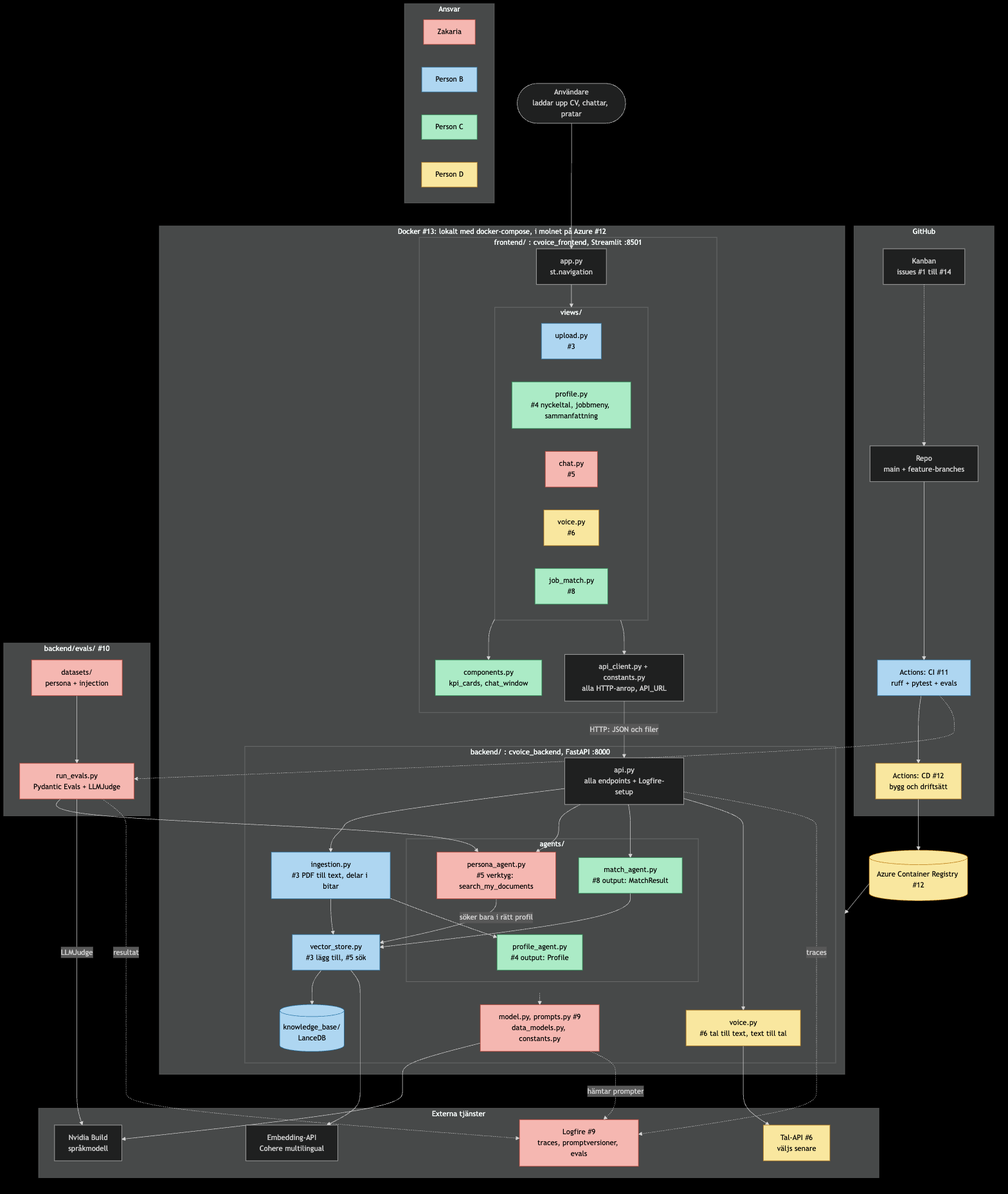
This is docs/architecture/architecture.png from Zm-ah/Cvoice_Ai_ops_lab_group6, a Mermaid export, as it was before one commit. Its source is kept beside it as docs/architecture/architecture.mmd. The source it was exported from:
```mermaid
flowchart TB
    user(["Användare<br/>laddar upp CV, chattar, pratar"])

    subgraph gh["GitHub"]
        direction LR
        kanban["Kanban<br/>issues #1 till #14"]
        repo["Repo<br/>main + feature-branches"]
        ci["Actions: CI #11<br/>ruff + pytest + evals"]
        cd["Actions: CD #12<br/>bygg och driftsätt"]
        kanban -.-> repo
        repo --> ci --> cd
    end

    acr[("Azure Container Registry #12")]

    subgraph runtime["Docker #13: lokalt med docker-compose, i molnet på Azure #12"]
        subgraph fe["frontend/ : cvoice_frontend, Streamlit :8501"]
            direction TB
            app["app.py<br/>st.navigation"]
            subgraph views["views/"]
                v_upload["upload.py<br/>#3"]
                v_profile["profile.py<br/>#4 nyckeltal, jobbmeny, sammanfattning"]
                v_chat["chat.py<br/>#5"]
                v_voice["voice.py<br/>#6"]
                v_match["job_match.py<br/>#8"]
            end
            comps["components.py<br/>kpi_cards, chat_window"]
            client["api_client.py + constants.py<br/>alla HTTP-anrop, API_URL"]
            app --> views
            views --> comps
            views --> client
        end

        subgraph be["backend/ : cvoice_backend, FastAPI :8000"]
            direction TB
            api["api.py<br/>alla endpoints + Logfire-setup"]
            ingest["ingestion.py<br/>#3 PDF till text, delar i bitar"]
            subgraph agents["agents/"]
                a_prof["profile_agent.py<br/>#4 output: Profile"]
                a_pers["persona_agent.py<br/>#5 verktyg: search_my_documents"]
                a_match["match_agent.py<br/>#8 output: MatchResult"]
            end
            voicef["voice.py<br/>#6 tal till text, text till tal"]
            vstore["vector_store.py<br/>#3 lägg till, #5 sök"]
            shared["model.py, prompts.py #9<br/>data_models.py, constants.py"]
            lancedb[("knowledge_base/<br/>LanceDB")]

            api --> ingest
            ingest --> a_prof
            ingest --> vstore
            api --> a_pers
            a_pers -->|"söker bara i rätt profil"| vstore
            api --> a_match
            a_match --> vstore
            api --> voicef
            vstore --> lancedb
            agents -.-> shared
        end
    end

    subgraph evalsbox["backend/evals/ #10"]
        datasets["datasets/<br/>persona + injection"]
        run_evals["run_evals.py<br/>Pydantic Evals + LLMJudge"]
        datasets --> run_evals
    end

    subgraph ext["Externa tjänster"]
        nvidia["Nvidia Build<br/>språkmodell"]
        embapi["Embedding-API<br/>Cohere multilingual"]
        speech["Tal-API #6<br/>väljs senare"]
        logfire["Logfire #9<br/>traces, promptversioner, evals"]
    end

    subgraph legend["Ansvar"]
        direction LR
        L1["Zakaria"]
        L2["Person B"]
        L3["Person C"]
        L4["Person D"]
    end

    user --> app
    client -->|"HTTP: JSON och filer"| api
    shared --> nvidia
    vstore --> embapi
    voicef --> speech
    api -.->|"traces"| logfire
    shared -.->|"hämtar prompter"| logfire
    run_evals --> a_pers
    run_evals -->|"LLMJudge"| nvidia
    run_evals -.->|"resultat"| logfire
    ci -.-> run_evals
    cd --> acr
    acr --> runtime

    classDef zak fill:#f5b7b1,stroke:#c0392b,color:#000
    classDef pb fill:#aed6f1,stroke:#2471a3,color:#000
    classDef pc fill:#abebc6,stroke:#1e8449,color:#000
    classDef pd fill:#f9e79f,stroke:#b9770e,color:#000

    class L1,a_pers,v_chat,shared,logfire,run_evals,datasets zak
    class L2,v_upload,ingest,vstore,lancedb,ci pb
    class L3,a_prof,v_profile,comps,a_match,v_match pc
    class L4,voicef,v_voice,speech,cd,acr pd
```
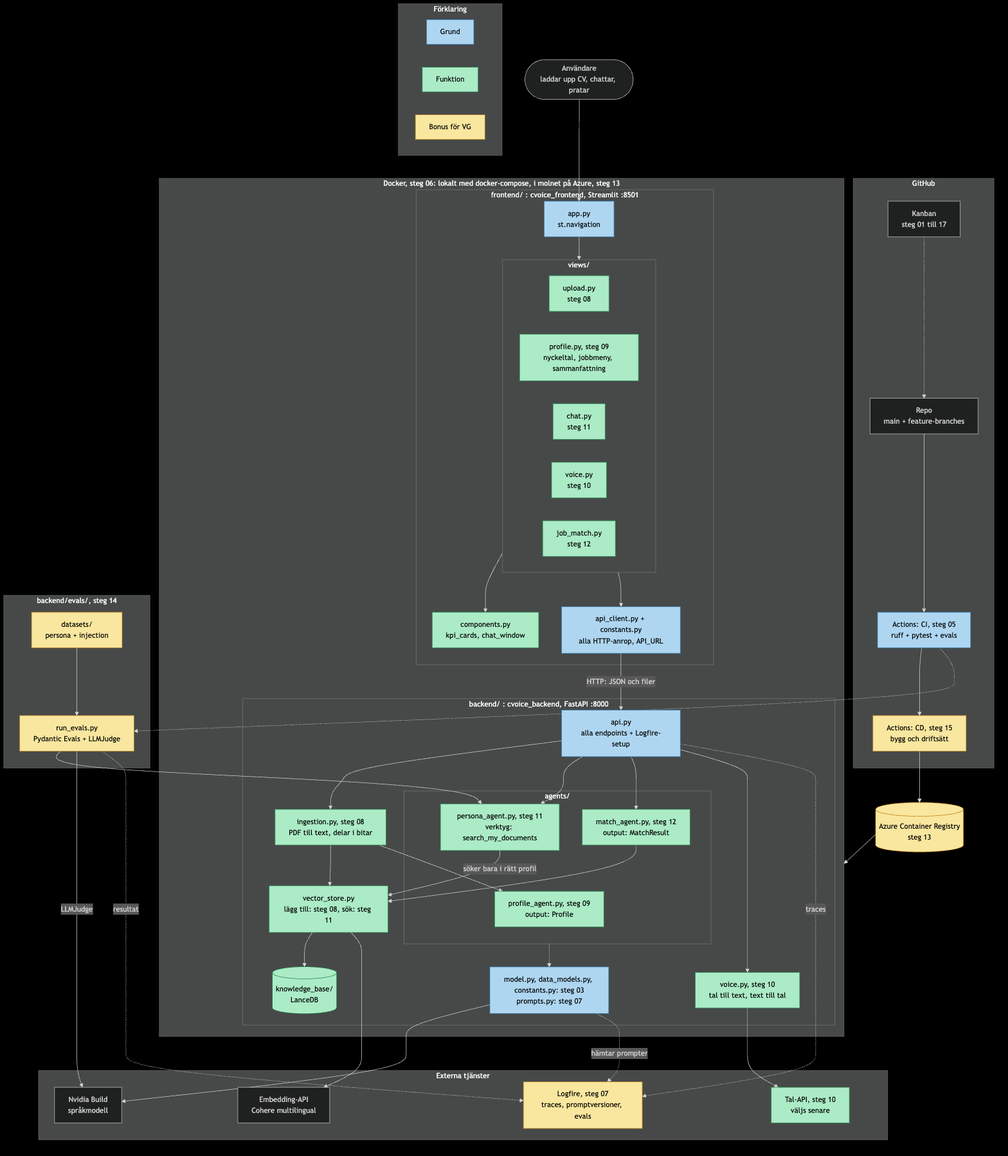
After the change.

Commit message:
Update architecture diagram to match kanban steps

What changed in the source:
```diff
@@ -3,26 +3,26 @@
 
     subgraph gh["GitHub"]
         direction LR
-        kanban["Kanban<br/>issues #1 till #14"]
+        kanban["Kanban<br/>steg 01 till 17"]
         repo["Repo<br/>main + feature-branches"]
-        ci["Actions: CI #11<br/>ruff + pytest + evals"]
-        cd["Actions: CD #12<br/>bygg och driftsätt"]
+        ci["Actions: CI, steg 05<br/>ruff + pytest + evals"]
+        cd["Actions: CD, steg 15<br/>bygg och driftsätt"]
         kanban -.-> repo
         repo --> ci --> cd
     end
 
-    acr[("Azure Container Registry #12")]
+    acr[("Azure Container Registry<br/>steg 13")]
 
-    subgraph runtime["Docker #13: lokalt med docker-compose, i molnet på Azure #12"]
+    subgraph runtime["Docker, steg 06: lokalt med docker-compose, i molnet på Azure, steg 13"]
         subgraph fe["frontend/ : cvoice_frontend, Streamlit :8501"]
             direction TB
             app["app.py<br/>st.navigation"]
             subgraph views["views/"]
-                v_upload["upload.py<br/>#3"]
-                v_profile["profile.py<br/>#4 nyckeltal, jobbmeny, sammanfattning"]
-                v_chat["chat.py<br/>#5"]
-                v_voice["voice.py<br/>#6"]
-                v_match["job_match.py<br/>#8"]
+                v_upload["upload.py<br/>steg 08"]
+                v_profile["profile.py, steg 09<br/>nyckeltal, jobbmeny, sammanfattning"]
+                v_chat["chat.py<br/>steg 11"]
+                v_voice["voice.py<br/>steg 10"]
+                v_match["job_match.py<br/>steg 12"]
             end
             comps["components.py<br/>kpi_cards, chat_window"]
             client["api_client.py + constants.py<br/>alla HTTP-anrop, API_URL"]
@@ -34,15 +34,15 @@
         subgraph be["backend/ : cvoice_backend, FastAPI :8000"]
             direction TB
             api["api.py<br/>alla endpoints + Logfire-setup"]
-            ingest["ingestion.py<br/>#3 PDF till text, delar i bitar"]
+            ingest["ingestion.py, steg 08<br/>PDF till text, delar i bitar"]
             subgraph agents["agents/"]
-                a_prof["profile_agent.py<br/>#4 output: Profile"]
-                a_pers["persona_agent.py<br/>#5 verktyg: search_my_documents"]
-                a_match["match_agent.py<br/>#8 output: MatchResult"]
+                a_prof["profile_agent.py, steg 09<br/>output: Profile"]
+                a_pers["persona_agent.py, steg 11<br/>verktyg: search_my_documents"]
+                a_match["match_agent.py, steg 12<br/>output: MatchResult"]
             end
-            voicef["voice.py<br/>#6 tal till text, text till tal"]
-            vstore["vector_store.py<br/>#3 lägg till, #5 sök"]
-            shared["model.py, prompts.py #9<br/>data_models.py, constants.py"]
+            voicef["voice.py, steg 10<br/>tal till text, text till tal"]
+            vstore["vector_store.py<br/>lägg till: steg 08, sök: steg 11"]
+            shared["model.py, data_models.py, constants.py: steg 03<br/>prompts.py: steg 07"]
             lancedb[("knowledge_base/<br/>LanceDB")]
 
             api --> ingest
@@ -58,7 +58,7 @@
         end
     end
 
-    subgraph evalsbox["backend/evals/ #10"]
+    subgraph evalsbox["backend/evals/, steg 14"]
         datasets["datasets/<br/>persona + injection"]
         run_evals["run_evals.py<br/>Pydantic Evals + LLMJudge"]
         datasets --> run_evals
@@ -67,16 +67,15 @@
     subgraph ext["Externa tjänster"]
         nvidia["Nvidia Build<br/>språkmodell"]
         embapi["Embedding-API<br/>Cohere multilingual"]
-        speech["Tal-API #6<br/>väljs senare"]
-        logfire["Logfire #9<br/>traces, promptversioner, evals"]
+        speech["Tal-API, steg 10<br/>väljs senare"]
+        logfire["Logfire, steg 07<br/>traces, promptversioner, evals"]
     end
 
-    subgraph legend["Ansvar"]
+    subgraph legend["Förklaring"]
         direction LR
-        L1["Zakaria"]
-        L2["Person B"]
-        L3["Person C"]
-        L4["Person D"]
+        L1["Grund"]
+        L2["Funktion"]
+        L3["Bonus för VG"]
     end
 
     user --> app
@@ -93,12 +92,10 @@
     cd --> acr
     acr --> runtime
 
-    classDef zak fill:#f5b7b1,stroke:#c0392b,color:#000
-    classDef pb fill:#aed6f1,stroke:#2471a3,color:#000
-    classDef pc fill:#abebc6,stroke:#1e8449,color:#000
-    classDef pd fill:#f9e79f,stroke:#b9770e,color:#000
+    classDef grund fill:#aed6f1,stroke:#2471a3,color:#000
+    classDef funktion fill:#abebc6,stroke:#1e8449,color:#000
+    classDef bonus fill:#f9e79f,stroke:#b9770e,color:#000
 
-    class L1,a_pers,v_chat,shared,logfire,run_evals,datasets zak
-    class L2,v_upload,ingest,vstore,lancedb,ci pb
-    class L3,a_prof,v_profile,comps,a_match,v_match pc
-    class L4,voicef,v_voice,speech,cd,acr pd
+    class L1,shared,ci,api,client,app grund
+    class L2,v_upload,v_profile,v_chat,v_voice,v_match,comps,ingest,a_prof,a_pers,a_match,voicef,vstore,lancedb,speech funktion
+    class L3,logfire,datasets,run_evals,cd,acr bonus
```
